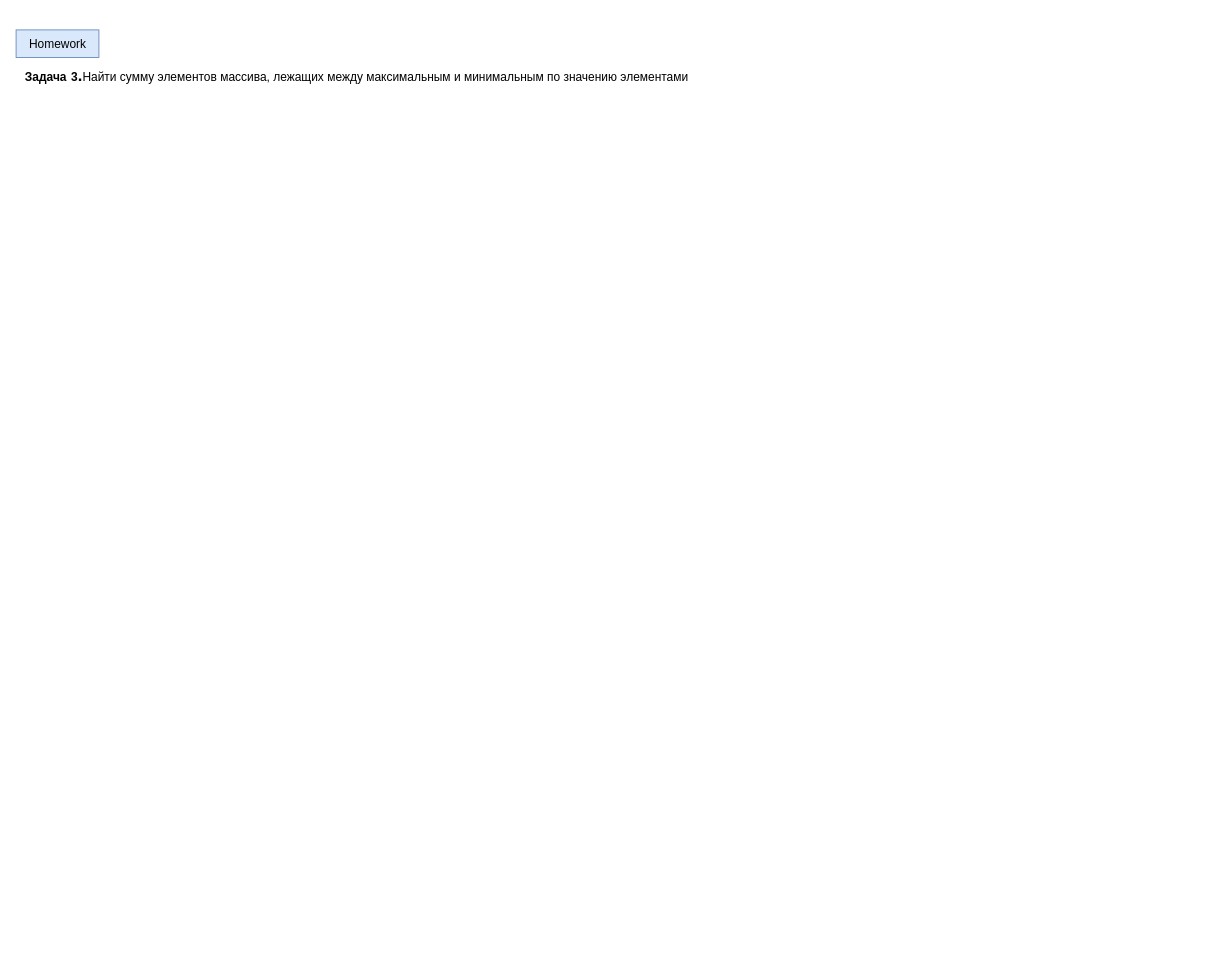
Before: page "HW.Task3" (11 of 14) of Homework6/9/22.drawio in margobiyun/python, a draw.io diagram. Source tidied: cells renumbered, new cells numbered last; positions are measured from the earlier drawing's top-left corner, leaving out a move shared by most shapes. Both pictures are drawn from the tidied source at 92%, with x=0, y=0 at pixel (16, 29).
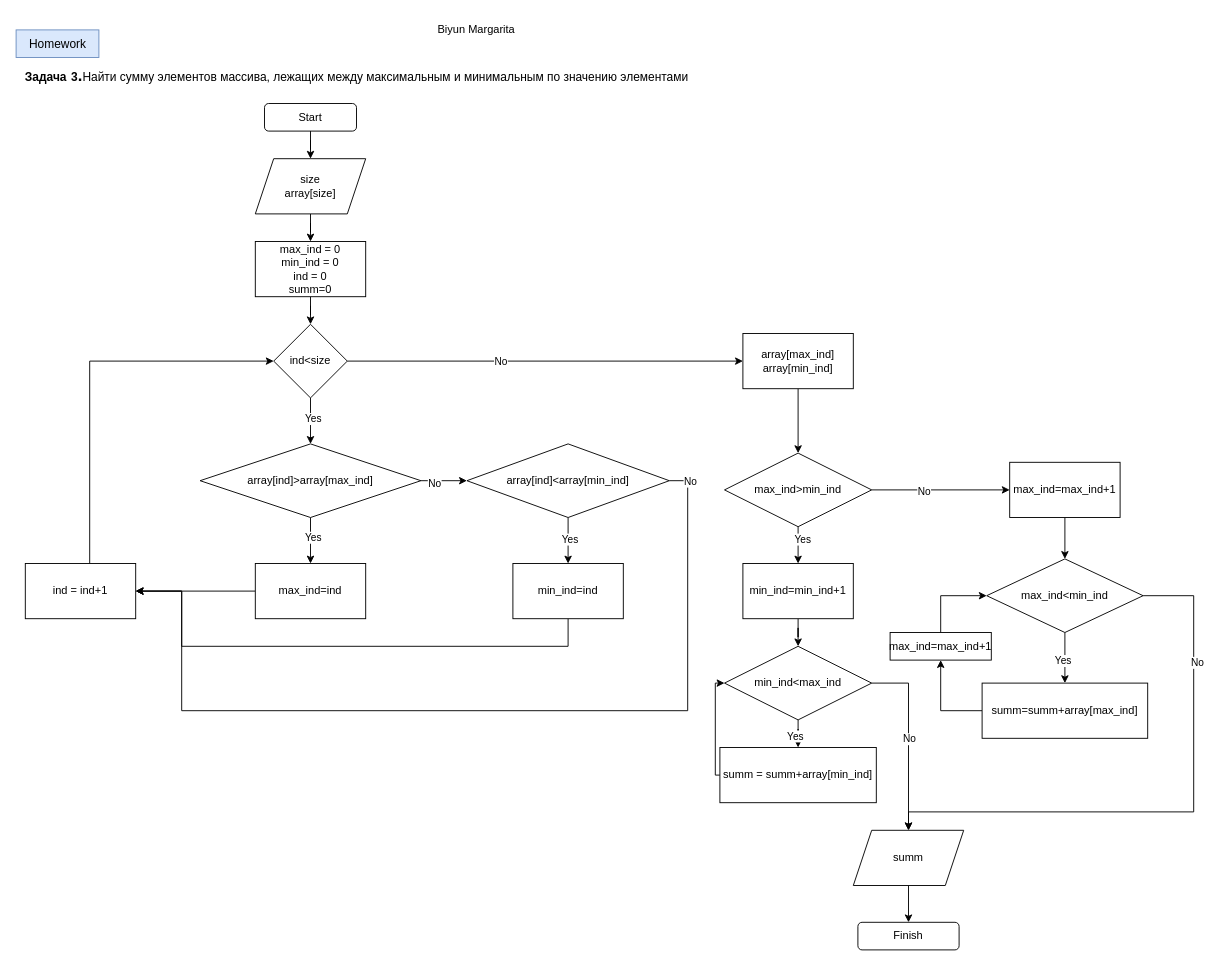
Above is the later version.

Diff of the diagram source:
```diff
@@
+    <mxCell id="4" style="edgeStyle=orthogonalEdgeStyle;rounded=0;jettySize=auto;html=1;entryX=0.5;entryY=0;entryDx=0;entryDy=0;" parent="1" edge="1" source="5" target="7">
+      <mxGeometry relative="1" as="geometry" />
+    </mxCell>
+    <mxCell id="5" value="Start" style="rounded=1;whiteSpace=wrap;html=1;" parent="1" vertex="1">
+      <mxGeometry x="270" y="80" width="100" height="30" as="geometry" />
+    </mxCell>
+    <mxCell id="6" style="edgeStyle=orthogonalEdgeStyle;rounded=0;jettySize=auto;html=1;" parent="1" edge="1" source="7" target="9">
+      <mxGeometry relative="1" as="geometry" />
+    </mxCell>
+    <mxCell id="7" value="size&lt;br&gt;array[size]" style="shape=parallelogram;perimeter=parallelogramPerimeter;whiteSpace=wrap;html=1;fixedSize=1;" parent="1" vertex="1">
+      <mxGeometry x="260" y="140" width="120" height="60" as="geometry" />
+    </mxCell>
+    <mxCell id="8" style="edgeStyle=orthogonalEdgeStyle;rounded=0;jettySize=auto;html=1;" parent="1" edge="1" source="9" target="15">
+      <mxGeometry relative="1" as="geometry" />
+    </mxCell>
+    <mxCell id="9" value="max_ind = 0&lt;br&gt;min_ind = 0&lt;br&gt;ind = 0&lt;br&gt;summ=0" style="whiteSpace=wrap;html=1;" parent="1" vertex="1">
+      <mxGeometry x="260" y="230" width="120" height="60" as="geometry" />
+    </mxCell>
+    <mxCell id="10" value="Biyun Margarita" style="text;html=1;align=center;verticalAlign=middle;strokeColor=none;fillColor=none;" parent="1" vertex="1">
+      <mxGeometry x="445" y="-15" width="110" height="30" as="geometry" />
+    </mxCell>
+    <mxCell id="11" style="edgeStyle=orthogonalEdgeStyle;rounded=0;jettySize=auto;html=1;" parent="1" edge="1" source="15" target="20">
+      <mxGeometry relative="1" as="geometry" />
+    </mxCell>
+    <mxCell id="12" value="Yes" style="edgeLabel;html=1;align=center;verticalAlign=middle;" parent="11" vertex="1">
+      <mxGeometry x="-0.12" y="2" relative="1" as="geometry" />
+    </mxCell>
+    <mxCell id="13" style="edgeStyle=orthogonalEdgeStyle;rounded=0;jettySize=auto;html=1;" parent="1" edge="1" source="15" target="22">
+      <mxGeometry relative="1" as="geometry" />
+    </mxCell>
+    <mxCell id="14" value="No" style="edgeLabel;html=1;align=center;verticalAlign=middle;" parent="13" vertex="1">
+      <mxGeometry x="-0.23" y="-5" relative="1" as="geometry">
+        <mxPoint y="-5" as="offset" />
+      </mxGeometry>
+    </mxCell>
+    <mxCell id="15" value="ind&amp;lt;size" style="rhombus;whiteSpace=wrap;html=1;" parent="1" vertex="1">
+      <mxGeometry x="280" y="320" width="80" height="80" as="geometry" />
+    </mxCell>
+    <mxCell id="16" style="edgeStyle=orthogonalEdgeStyle;rounded=0;jettySize=auto;html=1;entryX=0;entryY=0.5;entryDx=0;entryDy=0;" parent="1" edge="1" source="20" target="27">
+      <mxGeometry relative="1" as="geometry" />
+    </mxCell>
+    <mxCell id="17" value="No" style="edgeLabel;html=1;align=center;verticalAlign=middle;" parent="16" vertex="1">
+      <mxGeometry x="-0.44" y="-2" relative="1" as="geometry" />
+    </mxCell>
+    <mxCell id="18" style="edgeStyle=orthogonalEdgeStyle;rounded=0;jettySize=auto;html=1;" parent="1" edge="1" source="20" target="31">
+      <mxGeometry relative="1" as="geometry" />
+    </mxCell>
+    <mxCell id="19" value="Yes" style="edgeLabel;html=1;align=center;verticalAlign=middle;" parent="18" vertex="1">
+      <mxGeometry x="-0.18" y="2" relative="1" as="geometry" />
+    </mxCell>
+    <mxCell id="20" value="array[ind]&amp;gt;array[max_ind]" style="rhombus;whiteSpace=wrap;html=1;" parent="1" vertex="1">
+      <mxGeometry x="200" y="450" width="240" height="80" as="geometry" />
+    </mxCell>
+    <mxCell id="21" style="edgeStyle=orthogonalEdgeStyle;rounded=0;jettySize=auto;html=1;" parent="1" edge="1" source="22" target="38">
+      <mxGeometry relative="1" as="geometry" />
+    </mxCell>
+    <mxCell id="22" value="array[max_ind]&lt;br&gt;array[min_ind]" style="whiteSpace=wrap;html=1;" parent="1" vertex="1">
+      <mxGeometry x="790" y="330" width="120" height="60" as="geometry" />
+    </mxCell>
+    <mxCell id="23" style="edgeStyle=orthogonalEdgeStyle;rounded=0;jettySize=auto;html=1;" parent="1" edge="1" source="27" target="29">
+      <mxGeometry relative="1" as="geometry" />
+    </mxCell>
+    <mxCell id="24" value="Yes" style="edgeLabel;html=1;align=center;verticalAlign=middle;" parent="23" vertex="1">
+      <mxGeometry x="-0.09" y="1" relative="1" as="geometry" />
+    </mxCell>
+    <mxCell id="25" style="edgeStyle=orthogonalEdgeStyle;rounded=0;jettySize=auto;html=1;entryX=1;entryY=0.5;entryDx=0;entryDy=0;" parent="1" edge="1" source="27" target="33">
+      <mxGeometry relative="1" as="geometry">
+        <Array as="points">
+          <mxPoint x="730" y="490" />
+          <mxPoint x="730" y="740" />
+          <mxPoint x="180" y="740" />
+          <mxPoint x="180" y="610" />
+        </Array>
+      </mxGeometry>
+    </mxCell>
+    <mxCell id="26" value="No" style="edgeLabel;html=1;align=center;verticalAlign=middle;" parent="25" vertex="1">
+      <mxGeometry x="-0.96" y="2" relative="1" as="geometry" />
+    </mxCell>
+    <mxCell id="27" value="array[ind]&amp;lt;array[min_ind]" style="rhombus;whiteSpace=wrap;html=1;" parent="1" vertex="1">
+      <mxGeometry x="490" y="450" width="220" height="80" as="geometry" />
+    </mxCell>
+    <mxCell id="28" style="edgeStyle=orthogonalEdgeStyle;rounded=0;jettySize=auto;html=1;" parent="1" edge="1" source="29">
+      <mxGeometry relative="1" as="geometry">
+        <mxPoint x="130" y="610" as="targetPoint" />
+        <Array as="points">
+          <mxPoint x="600" y="670" />
+          <mxPoint x="180" y="670" />
+          <mxPoint x="180" y="610" />
+        </Array>
+      </mxGeometry>
+    </mxCell>
+    <mxCell id="29" value="min_ind=ind" style="whiteSpace=wrap;html=1;" parent="1" vertex="1">
+      <mxGeometry x="540" y="580" width="120" height="60" as="geometry" />
+    </mxCell>
+    <mxCell id="30" style="edgeStyle=orthogonalEdgeStyle;rounded=0;jettySize=auto;html=1;" parent="1" edge="1" source="31" target="33">
+      <mxGeometry relative="1" as="geometry" />
+    </mxCell>
+    <mxCell id="31" value="max_ind=ind" style="whiteSpace=wrap;html=1;" parent="1" vertex="1">
+      <mxGeometry x="260" y="580" width="120" height="60" as="geometry" />
+    </mxCell>
+    <mxCell id="32" style="edgeStyle=orthogonalEdgeStyle;rounded=0;jettySize=auto;html=1;entryX=0;entryY=0.5;entryDx=0;entryDy=0;" parent="1" edge="1" source="33" target="15">
+      <mxGeometry relative="1" as="geometry">
+        <Array as="points">
+          <mxPoint x="80" y="360" />
+        </Array>
+      </mxGeometry>
+    </mxCell>
+    <mxCell id="33" value="ind = ind+1" style="whiteSpace=wrap;html=1;" parent="1" vertex="1">
+      <mxGeometry x="10" y="580" width="120" height="60" as="geometry" />
+    </mxCell>
+    <mxCell id="34" style="edgeStyle=orthogonalEdgeStyle;rounded=0;jettySize=auto;html=1;" parent="1" edge="1" source="38" target="40">
+      <mxGeometry relative="1" as="geometry" />
+    </mxCell>
+    <mxCell id="35" value="Yes" style="edgeLabel;html=1;align=center;verticalAlign=middle;" parent="34" vertex="1">
+      <mxGeometry x="-0.33" y="4" relative="1" as="geometry" />
+    </mxCell>
+    <mxCell id="36" style="edgeStyle=orthogonalEdgeStyle;rounded=0;jettySize=auto;html=1;entryX=0;entryY=0.5;entryDx=0;entryDy=0;" parent="1" edge="1" source="38" target="52">
+      <mxGeometry relative="1" as="geometry" />
+    </mxCell>
+    <mxCell id="37" value="No" style="edgeLabel;html=1;align=center;verticalAlign=middle;" parent="36" vertex="1">
+      <mxGeometry x="-0.26" y="-1" relative="1" as="geometry" />
+    </mxCell>
+    <mxCell id="38" value="max_ind&amp;gt;min_ind" style="rhombus;whiteSpace=wrap;html=1;" parent="1" vertex="1">
+      <mxGeometry x="770" y="460" width="160" height="80" as="geometry" />
+    </mxCell>
+    <mxCell id="39" style="edgeStyle=orthogonalEdgeStyle;rounded=0;jettySize=auto;html=1;" parent="1" edge="1" source="40" target="45">
+      <mxGeometry relative="1" as="geometry" />
+    </mxCell>
+    <mxCell id="40" value="min_ind=min_ind+1" style="whiteSpace=wrap;html=1;" parent="1" vertex="1">
+      <mxGeometry x="790" y="580" width="120" height="60" as="geometry" />
+    </mxCell>
+    <mxCell id="41" style="edgeStyle=orthogonalEdgeStyle;rounded=0;jettySize=auto;html=1;" parent="1" edge="1" source="45" target="47">
+      <mxGeometry relative="1" as="geometry" />
+    </mxCell>
+    <mxCell id="42" value="Yes" style="edgeLabel;html=1;align=center;verticalAlign=middle;" parent="41" vertex="1">
+      <mxGeometry x="-0.09" y="4" relative="1" as="geometry" />
+    </mxCell>
+    <mxCell id="43" style="edgeStyle=orthogonalEdgeStyle;rounded=0;jettySize=auto;html=1;" parent="1" edge="1" source="45" target="49">
+      <mxGeometry relative="1" as="geometry">
+        <Array as="points">
+          <mxPoint x="970" y="710" />
+        </Array>
+      </mxGeometry>
+    </mxCell>
+    <mxCell id="44" value="No" style="edgeLabel;html=1;align=center;verticalAlign=middle;" parent="43" vertex="1">
+      <mxGeometry x="0.07" relative="1" as="geometry">
+        <mxPoint y="-7" as="offset" />
+      </mxGeometry>
+    </mxCell>
+    <mxCell id="45" value="min_ind&amp;lt;max_ind" style="rhombus;whiteSpace=wrap;html=1;" parent="1" vertex="1">
+      <mxGeometry x="770" y="670" width="160" height="80" as="geometry" />
+    </mxCell>
+    <mxCell id="46" style="edgeStyle=orthogonalEdgeStyle;rounded=0;jettySize=auto;html=1;entryX=0;entryY=0.5;entryDx=0;entryDy=0;" parent="1" edge="1" source="47" target="45">
+      <mxGeometry relative="1" as="geometry">
+        <Array as="points">
+          <mxPoint x="760" y="810" />
+          <mxPoint x="760" y="710" />
+        </Array>
+      </mxGeometry>
+    </mxCell>
+    <mxCell id="47" value="summ = summ+array[min_ind]" style="whiteSpace=wrap;html=1;" parent="1" vertex="1">
+      <mxGeometry x="765" y="780" width="170" height="60" as="geometry" />
+    </mxCell>
+    <mxCell id="48" style="edgeStyle=orthogonalEdgeStyle;rounded=0;jettySize=auto;html=1;" parent="1" edge="1" source="49" target="50">
+      <mxGeometry relative="1" as="geometry" />
+    </mxCell>
+    <mxCell id="49" value="summ" style="shape=parallelogram;perimeter=parallelogramPerimeter;whiteSpace=wrap;html=1;fixedSize=1;" parent="1" vertex="1">
+      <mxGeometry x="910" y="870" width="120" height="60" as="geometry" />
+    </mxCell>
+    <mxCell id="50" value="Finish" style="rounded=1;whiteSpace=wrap;html=1;" parent="1" vertex="1">
+      <mxGeometry x="915" y="970" width="110" height="30" as="geometry" />
+    </mxCell>
+    <mxCell id="51" style="edgeStyle=orthogonalEdgeStyle;rounded=0;jettySize=auto;html=1;" parent="1" edge="1" source="52" target="57">
+      <mxGeometry relative="1" as="geometry" />
+    </mxCell>
+    <mxCell id="52" value="max_ind=max_ind+1" style="whiteSpace=wrap;html=1;" parent="1" vertex="1">
+      <mxGeometry x="1080" y="470" width="120" height="60" as="geometry" />
+    </mxCell>
+    <mxCell id="53" style="edgeStyle=orthogonalEdgeStyle;rounded=0;jettySize=auto;html=1;" parent="1" edge="1" source="57" target="59">
+      <mxGeometry relative="1" as="geometry" />
+    </mxCell>
+    <mxCell id="54" value="Yes" style="edgeLabel;html=1;align=center;verticalAlign=middle;" parent="53" vertex="1">
+      <mxGeometry x="0.09" y="-3" relative="1" as="geometry" />
+    </mxCell>
+    <mxCell id="55" style="edgeStyle=orthogonalEdgeStyle;rounded=0;jettySize=auto;html=1;entryX=0.5;entryY=0;entryDx=0;entryDy=0;" parent="1" edge="1" source="57" target="49">
+      <mxGeometry relative="1" as="geometry">
+        <Array as="points">
+          <mxPoint x="1280" y="615" />
+          <mxPoint x="1280" y="850" />
+          <mxPoint x="970" y="850" />
+        </Array>
+      </mxGeometry>
+    </mxCell>
+    <mxCell id="56" value="No" style="edgeLabel;html=1;align=center;verticalAlign=middle;" parent="55" vertex="1">
+      <mxGeometry x="-0.59" y="3" relative="1" as="geometry" />
+    </mxCell>
+    <mxCell id="57" value="max_ind&amp;lt;min_ind" style="rhombus;whiteSpace=wrap;html=1;" parent="1" vertex="1">
+      <mxGeometry x="1055" y="575" width="170" height="80" as="geometry" />
+    </mxCell>
+    <mxCell id="58" style="edgeStyle=orthogonalEdgeStyle;rounded=0;jettySize=auto;html=1;" parent="1" edge="1" source="59" target="61">
+      <mxGeometry relative="1" as="geometry">
+        <Array as="points">
+          <mxPoint x="1005" y="740" />
+        </Array>
+      </mxGeometry>
+    </mxCell>
+    <mxCell id="59" value="summ=summ+array[max_ind]" style="whiteSpace=wrap;html=1;" parent="1" vertex="1">
+      <mxGeometry x="1050" y="710" width="180" height="60" as="geometry" />
+    </mxCell>
+    <mxCell id="60" style="edgeStyle=orthogonalEdgeStyle;rounded=0;jettySize=auto;html=1;entryX=0;entryY=0.5;entryDx=0;entryDy=0;" parent="1" edge="1" source="61" target="57">
+      <mxGeometry relative="1" as="geometry" />
+    </mxCell>
+    <mxCell id="61" value="max_ind=max_ind+1" style="whiteSpace=wrap;html=1;" parent="1" vertex="1">
+      <mxGeometry x="950" y="655" width="110" height="30" as="geometry" />
+    </mxCell>
```
